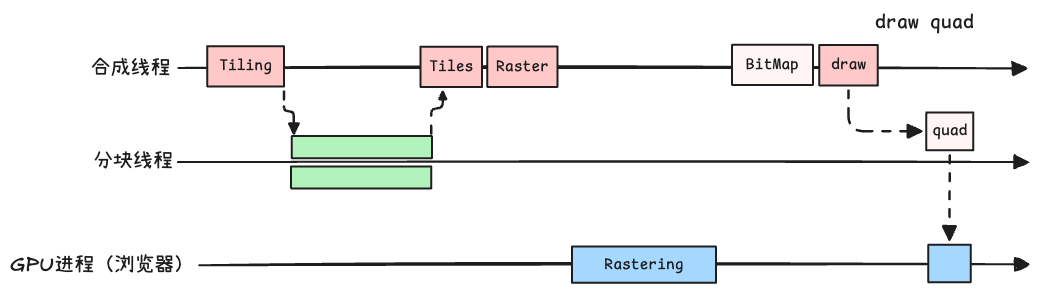
soppylzz/interview keeps this Excalidraw diagram as docs/browser/assets/composite-thread.excalidraw.png. Above is the earlier version. Source tidied: one line per element, renumbered; positions are measured from the earlier drawing's top-left corner, leaving out a move shared by most shapes. The source it was exported from:
```json
{"id": 0, "type": "text", "text": "合成线程", "strokeColor": "#1e1e1e", "strokeWidth": 2, "roughness": 1, "fontSize": 20, "fontFamily": 5, "x": 80, "y": 46, "width": 80, "height": 25}
{"id": 1, "type": "text", "text": "GPU进程（浏览器）", "strokeColor": "#1e1e1e", "strokeWidth": 2, "roughness": 1, "fontSize": 20, "fontFamily": 5, "x": 0, "y": 243, "width": 184, "height": 25}
{"id": 2, "type": "text", "text": "分块线程", "strokeColor": "#1e1e1e", "strokeWidth": 2, "roughness": 1, "fontSize": 20, "fontFamily": 5, "x": 83, "y": 140, "width": 80, "height": 25}
{"id": 3, "type": "arrow", "strokeColor": "#1e1e1e", "strokeWidth": 2, "roughness": 1, "endArrowhead": "triangle", "from": 0, "x": 168, "y": 58, "width": 848, "height": 1, "points": [[0, 0], [848, 1]]}
{"id": 4, "type": "arrow", "strokeColor": "#1e1e1e", "strokeWidth": 2, "roughness": 1, "endArrowhead": "triangle", "from": 2, "x": 168, "y": 152, "width": 850, "height": 0, "points": [[0, 0], [850, 0]]}
{"id": 5, "type": "arrow", "strokeColor": "#1e1e1e", "strokeWidth": 2, "roughness": 1, "endArrowhead": "triangle", "from": 1, "x": 189, "y": 255, "width": 829, "height": 1, "points": [[0, 0], [829, -1]]}
{"id": 6, "type": "rectangle", "strokeColor": "#1e1e1e", "backgroundColor": "#ffc9c9", "fillStyle": "solid", "strokeWidth": 2, "roughness": 0, "x": 197, "y": 36, "width": 77, "height": 40}
{"id": 7, "type": "text", "text": "Tiling", "strokeColor": "#1e1e1e", "backgroundColor": "#ffc9c9", "fillStyle": "solid", "strokeWidth": 2, "roughness": 0, "fontSize": 16, "fontFamily": 8, "textAlign": "center", "verticalAlign": "middle", "inside": 6, "x": 209, "y": 46, "width": 53, "height": 20}
{"id": 8, "type": "rectangle", "strokeColor": "#1e1e1e", "backgroundColor": "#ffc9c9", "fillStyle": "solid", "strokeWidth": 2, "roughness": 0, "x": 411, "y": 37, "width": 61, "height": 40}
{"id": 9, "type": "text", "text": "Tiles", "strokeColor": "#1e1e1e", "backgroundColor": "#ffc9c9", "fillStyle": "solid", "strokeWidth": 2, "roughness": 0, "fontSize": 16, "fontFamily": 8, "textAlign": "center", "verticalAlign": "middle", "inside": 8, "x": 419, "y": 47, "width": 44, "height": 20}
{"id": 10, "type": "rectangle", "strokeColor": "#1e1e1e", "backgroundColor": "#ffc9c9", "fillStyle": "solid", "strokeWidth": 2, "roughness": 0, "x": 477, "y": 37, "width": 70, "height": 40}
{"id": 11, "type": "text", "text": "Raster", "strokeColor": "#1e1e1e", "backgroundColor": "#ffc9c9", "fillStyle": "solid", "strokeWidth": 2, "roughness": 0, "fontSize": 16, "fontFamily": 8, "textAlign": "center", "verticalAlign": "middle", "inside": 10, "x": 486, "y": 47, "width": 53, "height": 20}
{"id": 12, "type": "rectangle", "strokeColor": "#1e1e1e", "backgroundColor": "#ffc9c9", "fillStyle": "solid", "strokeWidth": 2, "roughness": 0, "x": 809, "y": 35, "width": 59, "height": 40}
{"id": 13, "type": "text", "text": "draw", "strokeColor": "#1e1e1e", "backgroundColor": "#ffc9c9", "fillStyle": "solid", "strokeWidth": 2, "roughness": 0, "fontSize": 16, "fontFamily": 8, "textAlign": "center", "verticalAlign": "middle", "inside": 12, "x": 821, "y": 45, "width": 35, "height": 20}
{"id": 14, "type": "rectangle", "strokeColor": "#1e1e1e", "backgroundColor": "#b2f2bb", "fillStyle": "solid", "strokeWidth": 2, "roughness": 0, "x": 282, "y": 126, "width": 140, "height": 22}
{"id": 15, "type": "rectangle", "strokeColor": "#1e1e1e", "backgroundColor": "#b2f2bb", "fillStyle": "solid", "strokeWidth": 2, "roughness": 0, "x": 281, "y": 156, "width": 140, "height": 22}
{"id": 16, "type": "rectangle", "strokeColor": "#1e1e1e", "backgroundColor": "#a5d8ff", "fillStyle": "solid", "strokeWidth": 2, "roughness": 0, "x": 562, "y": 236, "width": 144, "height": 36}
{"id": 17, "type": "text", "text": "Rastering", "strokeColor": "#1e1e1e", "backgroundColor": "#a5d8ff", "fillStyle": "solid", "strokeWidth": 2, "roughness": 0, "fontSize": 16, "fontFamily": 8, "textAlign": "center", "verticalAlign": "middle", "inside": 16, "x": 594, "y": 245, "width": 79, "height": 20}
{"id": 18, "type": "rectangle", "strokeColor": "#1e1e1e", "backgroundColor": "#fff5f5", "fillStyle": "solid", "strokeWidth": 2, "roughness": 0, "x": 722, "y": 35, "width": 81, "height": 40}
{"id": 19, "type": "text", "text": "BitMap", "strokeColor": "#1e1e1e", "backgroundColor": "#ffc9c9", "fillStyle": "solid", "strokeWidth": 2, "roughness": 0, "fontSize": 16, "fontFamily": 8, "textAlign": "center", "verticalAlign": "middle", "inside": 18, "x": 736, "y": 45, "width": 53, "height": 20}
{"id": 20, "type": "rectangle", "strokeColor": "#1e1e1e", "backgroundColor": "#fff5f5", "fillStyle": "solid", "strokeWidth": 2, "roughness": 0, "x": 916, "y": 102, "width": 47, "height": 38}
{"id": 21, "type": "text", "text": "quad", "strokeColor": "#1e1e1e", "backgroundColor": "#fff5f5", "fillStyle": "solid", "strokeWidth": 2, "roughness": 0, "fontSize": 16, "fontFamily": 8, "textAlign": "center", "verticalAlign": "middle", "inside": 20, "x": 922, "y": 111, "width": 35, "height": 20}
{"id": 22, "type": "rectangle", "strokeColor": "#1e1e1e", "backgroundColor": "#a5d8ff", "fillStyle": "solid", "strokeWidth": 2, "roughness": 0, "x": 918, "y": 235, "width": 42, "height": 37}
{"id": 23, "type": "arrow", "strokeColor": "#1e1e1e", "backgroundColor": "#a5d8ff", "fillStyle": "solid", "strokeWidth": 2, "strokeStyle": "dashed", "roughness": 0, "endArrowhead": "triangle", "from": 12, "to": 20, "x": 838, "y": 80, "width": 73, "height": 41, "points": [[0, 0], [0, 41], [73, 41]]}
{"id": 24, "type": "arrow", "strokeColor": "#1e1e1e", "backgroundColor": "#a5d8ff", "fillStyle": "solid", "strokeWidth": 2, "strokeStyle": "dashed", "roughness": 0, "endArrowhead": "triangle", "from": 20, "to": 22, "x": 940, "y": 145, "width": 0, "height": 84, "points": [[0, 0], [0, 84]]}
{"id": 25, "type": "arrow", "strokeColor": "#1e1e1e", "backgroundColor": "#a5d8ff", "fillStyle": "solid", "strokeWidth": 2, "strokeStyle": "dashed", "roughness": 0, "endArrowhead": "triangle", "from": 6, "to": 14, "x": 274, "y": 82, "width": 10, "height": 42, "points": [[0, 0], [0, 20], [10, 20], [10, 42]]}
{"id": 26, "type": "arrow", "strokeColor": "#1e1e1e", "backgroundColor": "#a5d8ff", "fillStyle": "solid", "strokeWidth": 2, "strokeStyle": "dashed", "roughness": 0, "endArrowhead": "triangle", "from": 14, "to": 8, "x": 421, "y": 124, "width": 12, "height": 42, "points": [[0, 0], [0, -25], [12, -25], [12, -42]]}
{"id": 27, "type": "text", "text": "draw quad", "strokeColor": "#1e1e1e", "backgroundColor": "#a5d8ff", "fillStyle": "solid", "strokeWidth": 2, "strokeStyle": "dashed", "roughness": 0, "fontSize": 20, "fontFamily": 8, "x": 865, "y": 0, "width": 99, "height": 25}
```
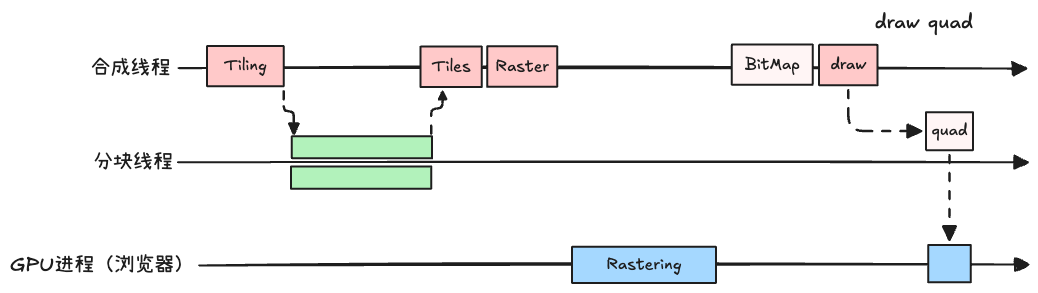
The same file after the commit.

What changed in the source:
```diff
@@ -5,24 +5,24 @@
 {"id": 4, "type": "arrow", "strokeColor": "#1e1e1e", "strokeWidth": 2, "roughness": 1, "endArrowhead": "triangle", "from": 2, "x": 168, "y": 152, "width": 850, "height": 0, "points": [[0, 0], [850, 0]]}
 {"id": 5, "type": "arrow", "strokeColor": "#1e1e1e", "strokeWidth": 2, "roughness": 1, "endArrowhead": "triangle", "from": 1, "x": 189, "y": 255, "width": 829, "height": 1, "points": [[0, 0], [829, -1]]}
 {"id": 6, "type": "rectangle", "strokeColor": "#1e1e1e", "backgroundColor": "#ffc9c9", "fillStyle": "solid", "strokeWidth": 2, "roughness": 0, "x": 197, "y": 36, "width": 77, "height": 40}
-{"id": 7, "type": "text", "text": "Tiling", "strokeColor": "#1e1e1e", "backgroundColor": "#ffc9c9", "fillStyle": "solid", "strokeWidth": 2, "roughness": 0, "fontSize": 16, "fontFamily": 8, "textAlign": "center", "verticalAlign": "middle", "inside": 6, "x": 209, "y": 46, "width": 53, "height": 20}
+{"id": 7, "type": "text", "text": "Tiling", "strokeColor": "#1e1e1e", "backgroundColor": "#ffc9c9", "fillStyle": "solid", "strokeWidth": 2, "roughness": 0, "fontSize": 16, "fontFamily": 5, "textAlign": "center", "verticalAlign": "middle", "inside": 6, "x": 214, "y": 46, "width": 43, "height": 20}
-{"id": 8, "type": "rectangle", "strokeColor": "#1e1e1e", "backgroundColor": "#ffc9c9", "fillStyle": "solid", "strokeWidth": 2, "roughness": 0, "x": 411, "y": 37, "width": 61, "height": 40}
+{"id": 8, "type": "rectangle", "strokeColor": "#1e1e1e", "backgroundColor": "#ffc9c9", "fillStyle": "solid", "strokeWidth": 2, "roughness": 0, "x": 410, "y": 36, "width": 61, "height": 40}
-{"id": 9, "type": "text", "text": "Tiles", "strokeColor": "#1e1e1e", "backgroundColor": "#ffc9c9", "fillStyle": "solid", "strokeWidth": 2, "roughness": 0, "fontSize": 16, "fontFamily": 8, "textAlign": "center", "verticalAlign": "middle", "inside": 8, "x": 419, "y": 47, "width": 44, "height": 20}
+{"id": 9, "type": "text", "text": "Tiles", "strokeColor": "#1e1e1e", "backgroundColor": "#ffc9c9", "fillStyle": "solid", "strokeWidth": 2, "roughness": 0, "fontSize": 16, "fontFamily": 5, "textAlign": "center", "verticalAlign": "middle", "inside": 8, "x": 422, "y": 46, "width": 39, "height": 20}
-{"id": 10, "type": "rectangle", "strokeColor": "#1e1e1e", "backgroundColor": "#ffc9c9", "fillStyle": "solid", "strokeWidth": 2, "roughness": 0, "x": 477, "y": 37, "width": 70, "height": 40}
+{"id": 10, "type": "rectangle", "strokeColor": "#1e1e1e", "backgroundColor": "#ffc9c9", "fillStyle": "solid", "strokeWidth": 2, "roughness": 0, "x": 477, "y": 36, "width": 70, "height": 40}
-{"id": 11, "type": "text", "text": "Raster", "strokeColor": "#1e1e1e", "backgroundColor": "#ffc9c9", "fillStyle": "solid", "strokeWidth": 2, "roughness": 0, "fontSize": 16, "fontFamily": 8, "textAlign": "center", "verticalAlign": "middle", "inside": 10, "x": 486, "y": 47, "width": 53, "height": 20}
+{"id": 11, "type": "text", "text": "Raster", "strokeColor": "#1e1e1e", "backgroundColor": "#ffc9c9", "fillStyle": "solid", "strokeWidth": 2, "roughness": 0, "fontSize": 16, "fontFamily": 5, "textAlign": "center", "verticalAlign": "middle", "inside": 10, "x": 485, "y": 46, "width": 54, "height": 20}
 {"id": 12, "type": "rectangle", "strokeColor": "#1e1e1e", "backgroundColor": "#ffc9c9", "fillStyle": "solid", "strokeWidth": 2, "roughness": 0, "x": 809, "y": 35, "width": 59, "height": 40}
-{"id": 13, "type": "text", "text": "draw", "strokeColor": "#1e1e1e", "backgroundColor": "#ffc9c9", "fillStyle": "solid", "strokeWidth": 2, "roughness": 0, "fontSize": 16, "fontFamily": 8, "textAlign": "center", "verticalAlign": "middle", "inside": 12, "x": 821, "y": 45, "width": 35, "height": 20}
+{"id": 13, "type": "text", "text": "draw", "strokeColor": "#1e1e1e", "backgroundColor": "#ffc9c9", "fillStyle": "solid", "strokeWidth": 2, "roughness": 0, "fontSize": 16, "fontFamily": 5, "textAlign": "center", "verticalAlign": "middle", "inside": 12, "x": 820, "y": 45, "width": 36, "height": 20}
 {"id": 14, "type": "rectangle", "strokeColor": "#1e1e1e", "backgroundColor": "#b2f2bb", "fillStyle": "solid", "strokeWidth": 2, "roughness": 0, "x": 282, "y": 126, "width": 140, "height": 22}
 {"id": 15, "type": "rectangle", "strokeColor": "#1e1e1e", "backgroundColor": "#b2f2bb", "fillStyle": "solid", "strokeWidth": 2, "roughness": 0, "x": 281, "y": 156, "width": 140, "height": 22}
 {"id": 16, "type": "rectangle", "strokeColor": "#1e1e1e", "backgroundColor": "#a5d8ff", "fillStyle": "solid", "strokeWidth": 2, "roughness": 0, "x": 562, "y": 236, "width": 144, "height": 36}
-{"id": 17, "type": "text", "text": "Rastering", "strokeColor": "#1e1e1e", "backgroundColor": "#a5d8ff", "fillStyle": "solid", "strokeWidth": 2, "roughness": 0, "fontSize": 16, "fontFamily": 8, "textAlign": "center", "verticalAlign": "middle", "inside": 16, "x": 594, "y": 245, "width": 79, "height": 20}
+{"id": 17, "type": "text", "text": "Rastering", "strokeColor": "#1e1e1e", "backgroundColor": "#a5d8ff", "fillStyle": "solid", "strokeWidth": 2, "roughness": 0, "fontSize": 16, "fontFamily": 5, "textAlign": "center", "verticalAlign": "middle", "inside": 16, "x": 596, "y": 245, "width": 75, "height": 20}
-{"id": 18, "type": "rectangle", "strokeColor": "#1e1e1e", "backgroundColor": "#fff5f5", "fillStyle": "solid", "strokeWidth": 2, "roughness": 0, "x": 722, "y": 35, "width": 81, "height": 40}
+{"id": 18, "type": "rectangle", "strokeColor": "#1e1e1e", "backgroundColor": "#fff5f5", "fillStyle": "solid", "strokeWidth": 2, "roughness": 0, "x": 722, "y": 34, "width": 81, "height": 40}
-{"id": 19, "type": "text", "text": "BitMap", "strokeColor": "#1e1e1e", "backgroundColor": "#ffc9c9", "fillStyle": "solid", "strokeWidth": 2, "roughness": 0, "fontSize": 16, "fontFamily": 8, "textAlign": "center", "verticalAlign": "middle", "inside": 18, "x": 736, "y": 45, "width": 53, "height": 20}
+{"id": 19, "type": "text", "text": "BitMap", "strokeColor": "#1e1e1e", "backgroundColor": "#ffc9c9", "fillStyle": "solid", "strokeWidth": 2, "roughness": 0, "fontSize": 16, "fontFamily": 5, "textAlign": "center", "verticalAlign": "middle", "inside": 18, "x": 735, "y": 44, "width": 55, "height": 20}
 {"id": 20, "type": "rectangle", "strokeColor": "#1e1e1e", "backgroundColor": "#fff5f5", "fillStyle": "solid", "strokeWidth": 2, "roughness": 0, "x": 916, "y": 102, "width": 47, "height": 38}
-{"id": 21, "type": "text", "text": "quad", "strokeColor": "#1e1e1e", "backgroundColor": "#fff5f5", "fillStyle": "solid", "strokeWidth": 2, "roughness": 0, "fontSize": 16, "fontFamily": 8, "textAlign": "center", "verticalAlign": "middle", "inside": 20, "x": 922, "y": 111, "width": 35, "height": 20}
+{"id": 21, "type": "text", "text": "quad", "strokeColor": "#1e1e1e", "backgroundColor": "#fff5f5", "fillStyle": "solid", "strokeWidth": 2, "roughness": 0, "fontSize": 16, "fontFamily": 5, "textAlign": "center", "verticalAlign": "middle", "inside": 20, "x": 921, "y": 111, "width": 36, "height": 20}
 {"id": 22, "type": "rectangle", "strokeColor": "#1e1e1e", "backgroundColor": "#a5d8ff", "fillStyle": "solid", "strokeWidth": 2, "roughness": 0, "x": 918, "y": 235, "width": 42, "height": 37}
 {"id": 23, "type": "arrow", "strokeColor": "#1e1e1e", "backgroundColor": "#a5d8ff", "fillStyle": "solid", "strokeWidth": 2, "strokeStyle": "dashed", "roughness": 0, "endArrowhead": "triangle", "from": 12, "to": 20, "x": 838, "y": 80, "width": 73, "height": 41, "points": [[0, 0], [0, 41], [73, 41]]}
-{"id": 24, "type": "arrow", "strokeColor": "#1e1e1e", "backgroundColor": "#a5d8ff", "fillStyle": "solid", "strokeWidth": 2, "strokeStyle": "dashed", "roughness": 0, "endArrowhead": "triangle", "from": 20, "to": 22, "x": 940, "y": 145, "width": 0, "height": 84, "points": [[0, 0], [0, 84]]}
+{"id": 24, "type": "arrow", "strokeColor": "#1e1e1e", "backgroundColor": "#a5d8ff", "fillStyle": "solid", "strokeWidth": 2, "strokeStyle": "dashed", "roughness": 0, "endArrowhead": "triangle", "from": 20, "to": 22, "x": 940, "y": 145, "width": 0, "height": 85, "points": [[0, 0], [0, 85]]}
-{"id": 25, "type": "arrow", "strokeColor": "#1e1e1e", "backgroundColor": "#a5d8ff", "fillStyle": "solid", "strokeWidth": 2, "strokeStyle": "dashed", "roughness": 0, "endArrowhead": "triangle", "from": 6, "to": 14, "x": 274, "y": 82, "width": 10, "height": 42, "points": [[0, 0], [0, 20], [10, 20], [10, 42]]}
+{"id": 25, "type": "arrow", "strokeColor": "#1e1e1e", "backgroundColor": "#a5d8ff", "fillStyle": "solid", "strokeWidth": 2, "strokeStyle": "dashed", "roughness": 0, "endArrowhead": "triangle", "from": 6, "to": 14, "x": 274, "y": 81, "width": 10, "height": 42, "points": [[0, 0], [0, 20], [10, 20], [10, 42]]}
-{"id": 26, "type": "arrow", "strokeColor": "#1e1e1e", "backgroundColor": "#a5d8ff", "fillStyle": "solid", "strokeWidth": 2, "strokeStyle": "dashed", "roughness": 0, "endArrowhead": "triangle", "from": 14, "to": 8, "x": 421, "y": 124, "width": 12, "height": 42, "points": [[0, 0], [0, -25], [12, -25], [12, -42]]}
+{"id": 26, "type": "arrow", "strokeColor": "#1e1e1e", "backgroundColor": "#a5d8ff", "fillStyle": "solid", "strokeWidth": 2, "strokeStyle": "dashed", "roughness": 0, "endArrowhead": "triangle", "from": 14, "to": 8, "x": 421, "y": 124, "width": 11, "height": 42, "points": [[0, 0], [0, -25], [11, -25], [11, -42]]}
-{"id": 27, "type": "text", "text": "draw quad", "strokeColor": "#1e1e1e", "backgroundColor": "#a5d8ff", "fillStyle": "solid", "strokeWidth": 2, "strokeStyle": "dashed", "roughness": 0, "fontSize": 20, "fontFamily": 8, "x": 865, "y": 0, "width": 99, "height": 25}
+{"id": 27, "type": "text", "text": "draw quad", "strokeColor": "#1e1e1e", "backgroundColor": "#a5d8ff", "fillStyle": "solid", "strokeWidth": 2, "strokeStyle": "dashed", "roughness": 0, "fontSize": 20, "fontFamily": 5, "x": 865, "y": 0, "width": 98, "height": 25}
```
